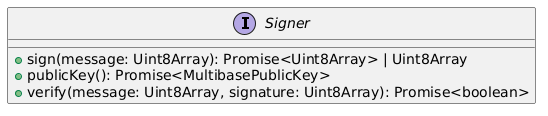
Before: docs/modules/ROOT/images/signer-class-diagram.png, a diagram exported from PlantUML (Swiss-Digital-Assets-Institute/public-did-sdk-js). Its diagram source:
```plantuml
@startuml
interface Signer {
  + sign(message: Uint8Array): Promise<Uint8Array> | Uint8Array
  + publicKey(): Promise<MultibasePublicKey>
  + verify(message: Uint8Array, signature: Uint8Array): Promise<boolean>
}
@enduml
```
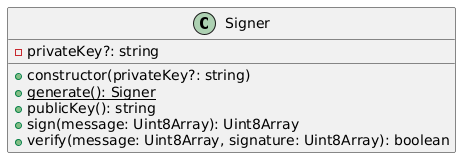
After the change.

The edit, as a diff of the source:
```diff
@@ -1,7 +1,10 @@
 @startuml
-interface Signer {
-  + sign(message: Uint8Array): Promise<Uint8Array> | Uint8Array
-  + publicKey(): Promise<MultibasePublicKey>
-  + verify(message: Uint8Array, signature: Uint8Array): Promise<boolean>
+class Signer {
+  - privateKey?: string
+  + constructor(privateKey?: string)
+  + {static} generate(): Signer
+  + publicKey(): string
+  + sign(message: Uint8Array): Uint8Array
+  + verify(message: Uint8Array, signature: Uint8Array): boolean
 }
 @enduml
```
